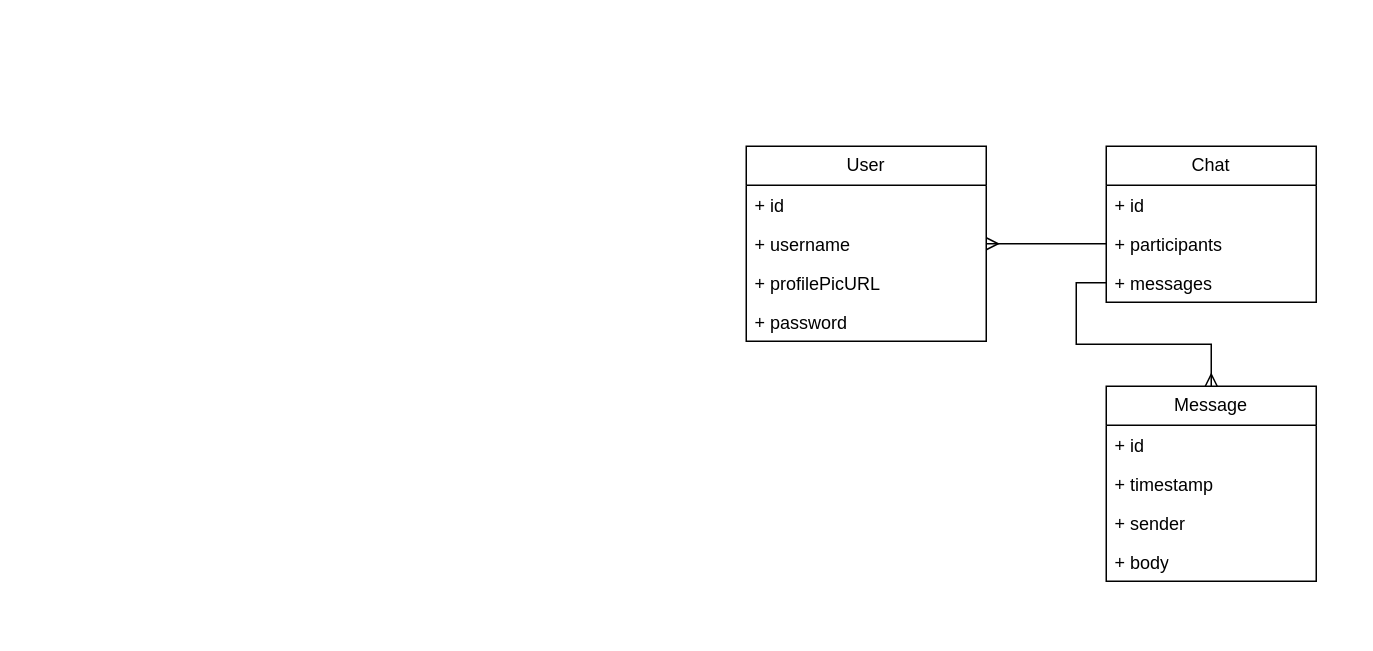
The draw.io diagram docs/db_schema.drawio in AshkanArabim/flirtify, before the edit. Source tidied: cells renumbered, new cells numbered last; positions are measured from the earlier drawing's top-left corner, leaving out a move shared by most shapes. Both pictures are drawn from the tidied source at 150%, with x=0, y=0 at pixel (746, 146).
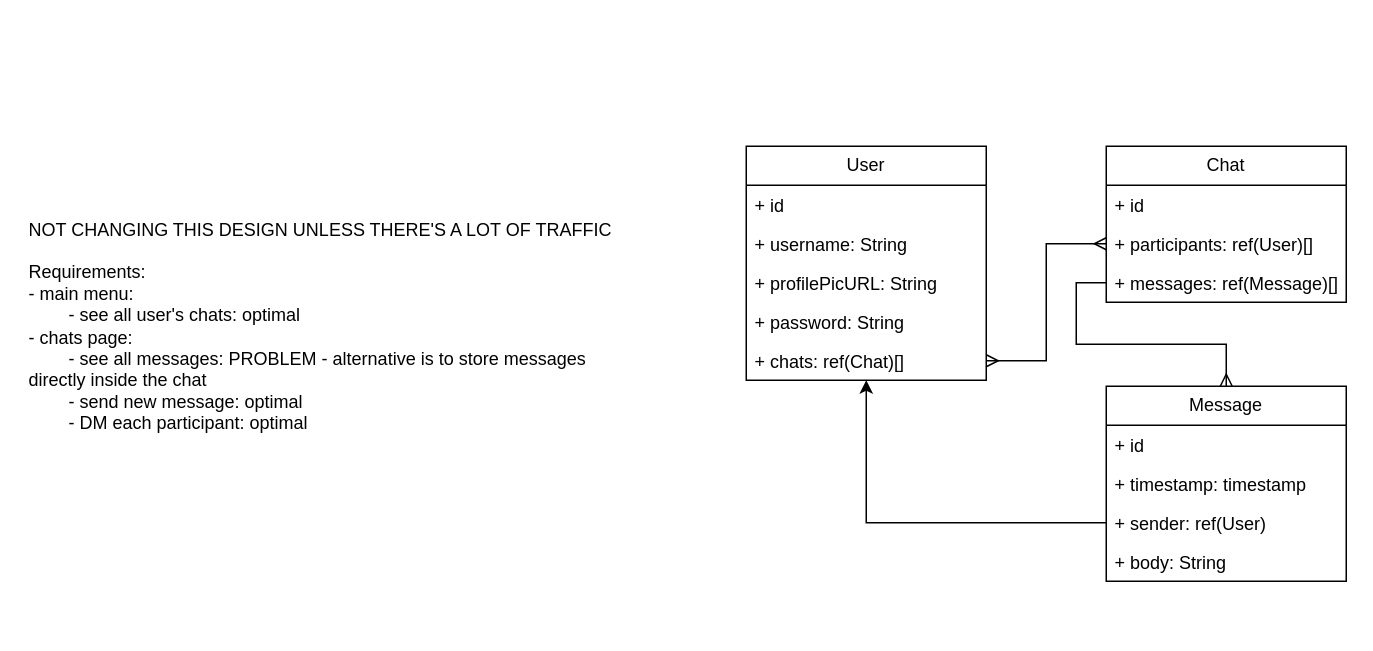
The same page after the edit.

Commit message (it also covers changes not shown here):
finalize mvp db schema

What changed in the source:
```diff
@@
     <mxCell id="2" value="User" style="swimlane;fontStyle=0;horizontal=1;startSize=26;fillColor=none;whiteSpace=wrap;html=1;" parent="1" vertex="1">
-      <mxGeometry width="160" height="130" as="geometry" />
+      <mxGeometry width="160" height="156" as="geometry" />
     </mxCell>
@@
-    <mxCell id="4" value="+ username" style="text;strokeColor=none;fillColor=none;align=left;verticalAlign=top;spacingLeft=4;spacingRight=4;overflow=hidden;whiteSpace=wrap;html=1;" parent="2" vertex="1">
+    <mxCell id="4" value="+ username: String" style="text;strokeColor=none;fillColor=none;align=left;verticalAlign=top;spacingLeft=4;spacingRight=4;overflow=hidden;whiteSpace=wrap;html=1;" parent="2" vertex="1">
       <mxGeometry y="52" width="160" height="26" as="geometry" />
     </mxCell>
-    <mxCell id="5" value="+ profilePicURL" style="text;strokeColor=none;fillColor=none;align=left;verticalAlign=top;spacingLeft=4;spacingRight=4;overflow=hidden;whiteSpace=wrap;html=1;" parent="2" vertex="1">
+    <mxCell id="5" value="+ profilePicURL: String" style="text;strokeColor=none;fillColor=none;align=left;verticalAlign=top;spacingLeft=4;spacingRight=4;overflow=hidden;whiteSpace=wrap;html=1;" parent="2" vertex="1">
       <mxGeometry y="78" width="160" height="26" as="geometry" />
     </mxCell>
-    <mxCell id="6" value="+ password" style="text;strokeColor=none;fillColor=none;align=left;verticalAlign=top;spacingLeft=4;spacingRight=4;overflow=hidden;whiteSpace=wrap;html=1;" parent="2" vertex="1">
+    <mxCell id="6" value="+ password: String" style="text;strokeColor=none;fillColor=none;align=left;verticalAlign=top;spacingLeft=4;spacingRight=4;overflow=hidden;whiteSpace=wrap;html=1;" parent="2" vertex="1">
       <mxGeometry y="104" width="160" height="26" as="geometry" />
     </mxCell>
+    <mxCell id="18" value="+ chats: ref(Chat)[]" style="text;strokeColor=none;fillColor=none;align=left;verticalAlign=top;spacingLeft=4;spacingRight=4;overflow=hidden;points=[[0,0.5],[1,0.5]];portConstraint=eastwest;whiteSpace=wrap;html=1;" parent="2" vertex="1">
+      <mxGeometry y="130" width="160" height="26" as="geometry" />
+    </mxCell>
     <mxCell id="7" value="Chat" style="swimlane;fontStyle=0;horizontal=1;startSize=26;fillColor=none;whiteSpace=wrap;html=1;" parent="1" vertex="1">
-      <mxGeometry x="240" width="140" height="104" as="geometry" />
+      <mxGeometry x="240" width="160" height="104" as="geometry" />
     </mxCell>
     <mxCell id="8" value="+ id" style="text;strokeColor=none;fillColor=none;align=left;verticalAlign=top;spacingLeft=4;spacingRight=4;overflow=hidden;whiteSpace=wrap;html=1;" parent="7" vertex="1">
-      <mxGeometry y="26" width="140" height="26" as="geometry" />
+      <mxGeometry y="26" width="160" height="26" as="geometry" />
     </mxCell>
-    <mxCell id="9" value="+ participants" style="text;strokeColor=none;fillColor=none;align=left;verticalAlign=top;spacingLeft=4;spacingRight=4;overflow=hidden;points=[[0,0.5],[1,0.5]];portConstraint=eastwest;whiteSpace=wrap;html=1;" parent="7" vertex="1">
-      <mxGeometry y="52" width="140" height="26" as="geometry" />
+    <mxCell id="9" value="+ participants: ref(User)[]" style="text;strokeColor=none;fillColor=none;align=left;verticalAlign=top;spacingLeft=4;spacingRight=4;overflow=hidden;points=[[0,0.5],[1,0.5]];portConstraint=eastwest;whiteSpace=wrap;html=1;" parent="7" vertex="1">
+      <mxGeometry y="52" width="160" height="26" as="geometry" />
     </mxCell>
-    <mxCell id="10" value="+ messages" style="text;strokeColor=none;fillColor=none;align=left;verticalAlign=top;spacingLeft=4;spacingRight=4;overflow=hidden;points=[[0,0.5],[1,0.5]];portConstraint=eastwest;whiteSpace=wrap;html=1;" parent="7" vertex="1">
-      <mxGeometry y="78" width="140" height="26" as="geometry" />
+    <mxCell id="10" value="+ messages: ref(Message)[]" style="text;strokeColor=none;fillColor=none;align=left;verticalAlign=top;spacingLeft=4;spacingRight=4;overflow=hidden;points=[[0,0.5],[1,0.5]];portConstraint=eastwest;whiteSpace=wrap;html=1;" parent="7" vertex="1">
+      <mxGeometry y="78" width="160" height="26" as="geometry" />
     </mxCell>
     <mxCell id="11" value="Message" style="swimlane;fontStyle=0;horizontal=1;startSize=26;fillColor=none;whiteSpace=wrap;html=1;" parent="1" vertex="1">
-      <mxGeometry x="240" y="160" width="140" height="130" as="geometry" />
+      <mxGeometry x="240" y="160" width="160" height="130" as="geometry" />
     </mxCell>
     <mxCell id="12" value="+ id" style="text;strokeColor=none;fillColor=none;align=left;verticalAlign=top;spacingLeft=4;spacingRight=4;overflow=hidden;whiteSpace=wrap;html=1;" parent="11" vertex="1">
-      <mxGeometry y="26" width="140" height="26" as="geometry" />
+      <mxGeometry y="26" width="160" height="26" as="geometry" />
     </mxCell>
-    <mxCell id="13" value="+ timestamp" style="text;strokeColor=none;fillColor=none;align=left;verticalAlign=top;spacingLeft=4;spacingRight=4;overflow=hidden;whiteSpace=wrap;html=1;" parent="11" vertex="1">
-      <mxGeometry y="52" width="140" height="26" as="geometry" />
+    <mxCell id="13" value="+ timestamp: timestamp" style="text;strokeColor=none;fillColor=none;align=left;verticalAlign=top;spacingLeft=4;spacingRight=4;overflow=hidden;whiteSpace=wrap;html=1;" parent="11" vertex="1">
+      <mxGeometry y="52" width="160" height="26" as="geometry" />
     </mxCell>
-    <mxCell id="14" value="+ sender" style="text;strokeColor=none;fillColor=none;align=left;verticalAlign=top;spacingLeft=4;spacingRight=4;overflow=hidden;points=[[0,0.5],[1,0.5]];portConstraint=eastwest;whiteSpace=wrap;html=1;" parent="11" vertex="1">
-      <mxGeometry y="78" width="140" height="26" as="geometry" />
+    <mxCell id="14" value="+ sender: ref(User)" style="text;strokeColor=none;fillColor=none;align=left;verticalAlign=top;spacingLeft=4;spacingRight=4;overflow=hidden;points=[[0,0.5],[1,0.5]];portConstraint=eastwest;whiteSpace=wrap;html=1;" parent="11" vertex="1">
+      <mxGeometry y="78" width="160" height="26" as="geometry" />
     </mxCell>
-    <mxCell id="15" value="+ body" style="text;strokeColor=none;fillColor=none;align=left;verticalAlign=top;spacingLeft=4;spacingRight=4;overflow=hidden;whiteSpace=wrap;html=1;" parent="11" vertex="1">
-      <mxGeometry y="104" width="140" height="26" as="geometry" />
+    <mxCell id="15" value="+ body: String" style="text;strokeColor=none;fillColor=none;align=left;verticalAlign=top;spacingLeft=4;spacingRight=4;overflow=hidden;whiteSpace=wrap;html=1;" parent="11" vertex="1">
+      <mxGeometry y="104" width="160" height="26" as="geometry" />
     </mxCell>
-    <mxCell id="16" style="edgeStyle=orthogonalEdgeStyle;rounded=0;jettySize=auto;html=1;endArrow=ERmany;endFill=0;" parent="1" edge="1" source="9" target="2">
+    <mxCell id="16" style="edgeStyle=orthogonalEdgeStyle;rounded=0;jettySize=auto;html=1;endArrow=ERmany;endFill=0;startArrow=ERmany;startFill=0;" parent="1" edge="1" source="9" target="18">
       <mxGeometry relative="1" as="geometry" />
     </mxCell>
@@
+    <mxCell id="19" value="&lt;div&gt;NOT CHANGING THIS DESIGN UNLESS THERE'S A LOT OF TRAFFIC&lt;/div&gt;&lt;div&gt;&lt;br&gt;&lt;/div&gt;Requirements:&lt;div&gt;- main menu:&amp;nbsp;&lt;/div&gt;&lt;div&gt;&lt;span style=&quot;white-space: pre;&quot;&gt;&#9;&lt;/span&gt;- see all user's chats: optimal&lt;/div&gt;&lt;div&gt;- chats page:&lt;/div&gt;&lt;div&gt;&lt;span style=&quot;white-space: pre;&quot;&gt;&#9;&lt;/span&gt;- see all messages: PROBLEM - alternative is to store messages directly inside the chat&lt;br&gt;&lt;/div&gt;&lt;div&gt;&lt;span style=&quot;white-space: pre;&quot;&gt;&#9;&lt;/span&gt;- send new message: optimal&lt;br&gt;&lt;/div&gt;&lt;div&gt;&lt;span style=&quot;white-space: pre;&quot;&gt;&#9;&lt;/span&gt;- DM each participant: optimal&lt;/div&gt;" style="text;html=1;align=left;verticalAlign=middle;whiteSpace=wrap;rounded=0;" parent="1" vertex="1">
+      <mxGeometry x="-480" y="-80" width="400" height="400" as="geometry" />
+    </mxCell>
+    <mxCell id="20" style="edgeStyle=orthogonalEdgeStyle;rounded=0;jettySize=auto;html=1;" parent="1" edge="1" source="14" target="2">
+      <mxGeometry relative="1" as="geometry" />
+    </mxCell>
```
